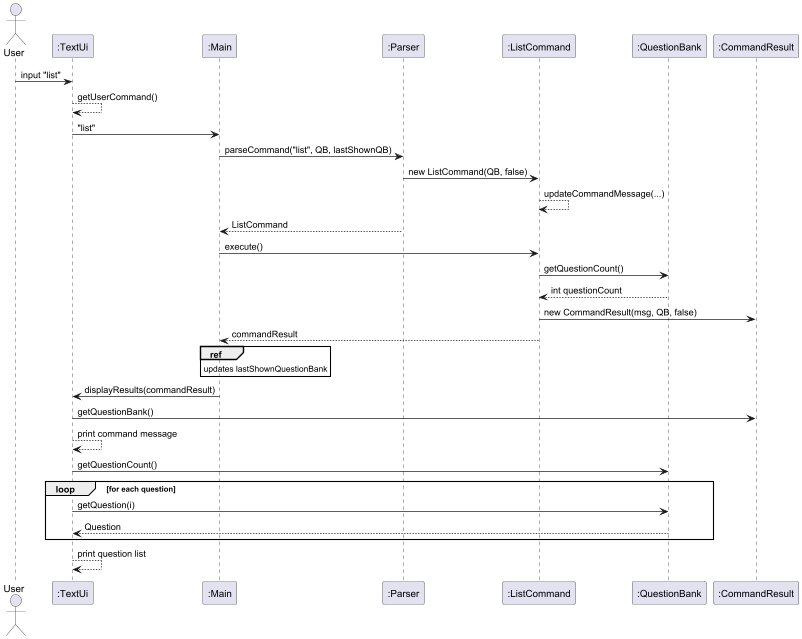
Before: docs/diagrams/sequence/List.png, a diagram exported from PlantUML (tongkiankiat/tp).
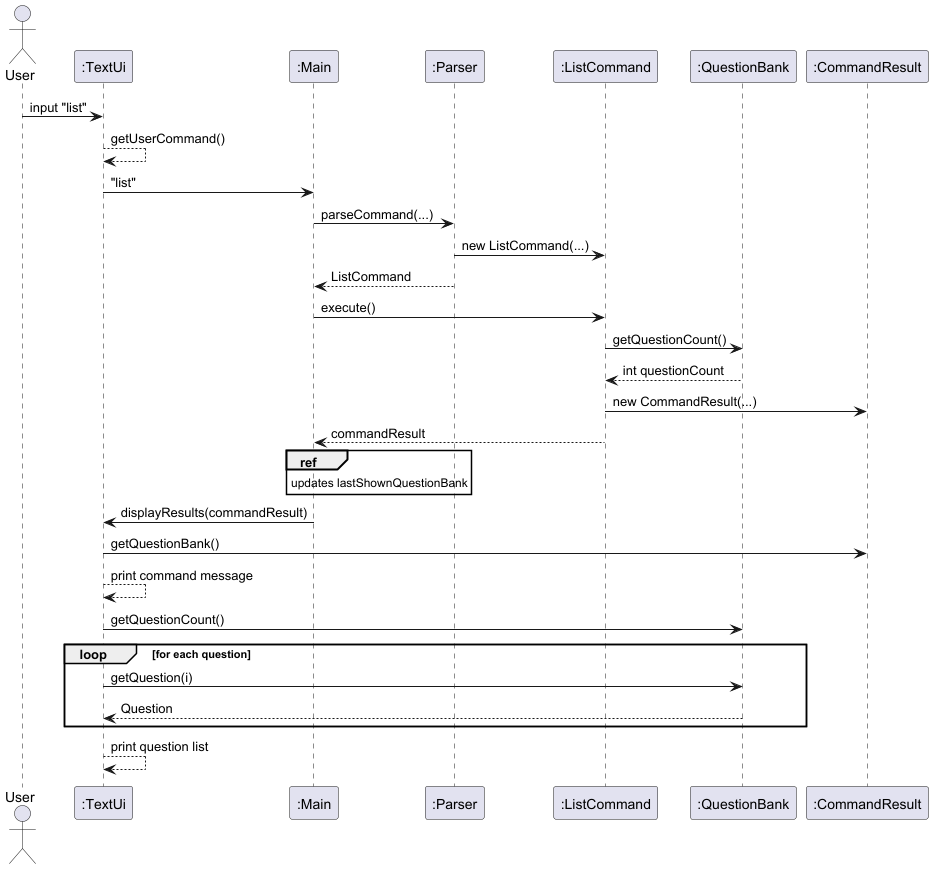
Later version of the same file.

Commit message:
Updates Find and List sequence diagrams

Diff of the diagram source:
```diff
@@ -11,9 +11,8 @@
 UI --> UI : getUserCommand()
 UI -> Main : "list"
 
-Main -> Parser : parseCommand("list", QB, lastShownQB)
-Parser -> ListCmd : new ListCommand(QB, false)
-ListCmd --> ListCmd : updateCommandMessage(...)
+Main -> Parser : parseCommand(...)
+Parser -> ListCmd : new ListCommand(...)
 
 Parser --> Main : ListCommand
 
@@ -21,7 +20,7 @@
 ListCmd -> QB : getQuestionCount()
 QB --> ListCmd : int questionCount
 
-ListCmd -> Result : new CommandResult(msg, QB, false)
+ListCmd -> Result : new CommandResult(...)
 ListCmd --> Main : commandResult
 
 ref over Main
```
